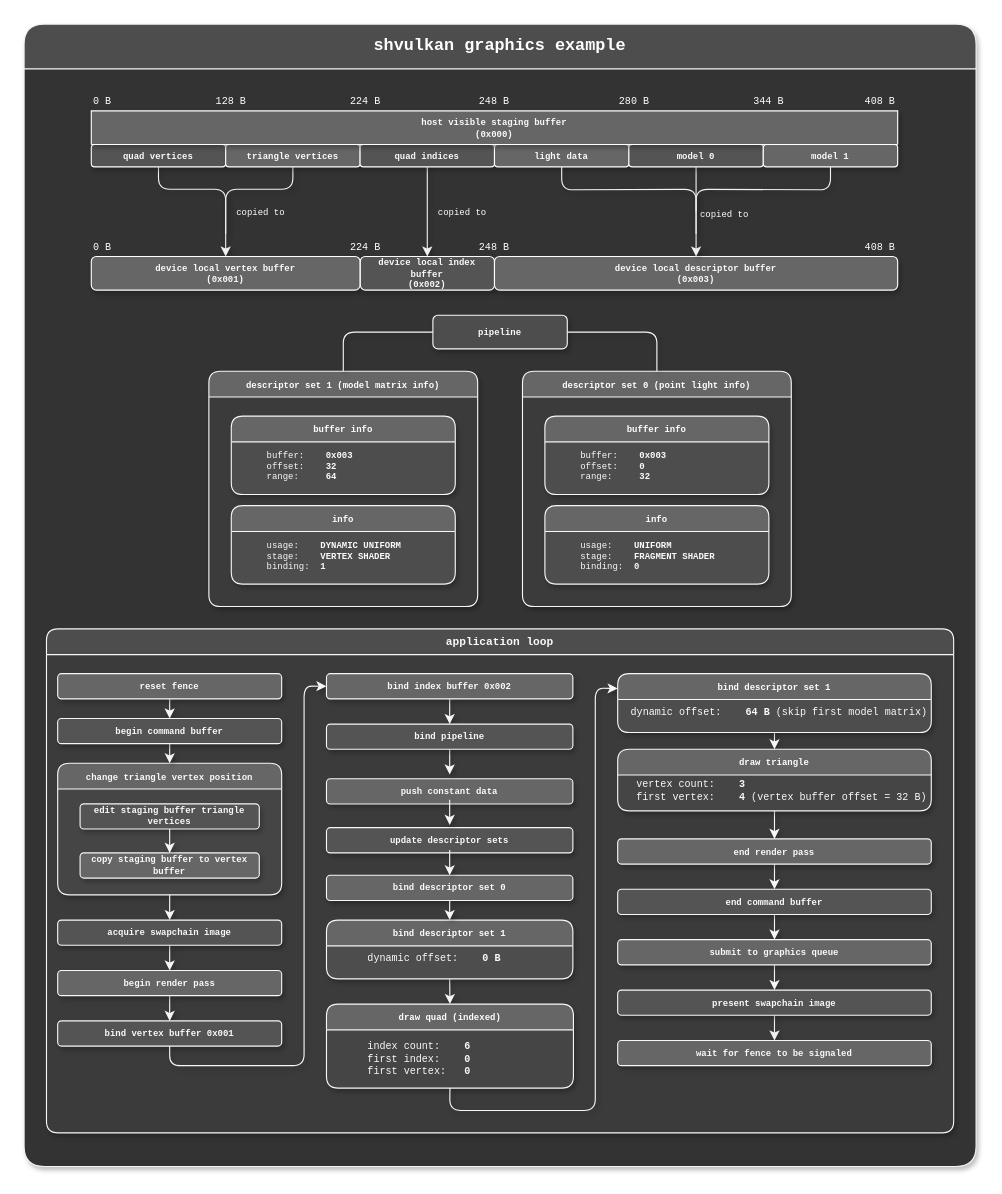
The draw.io diagram examples/diagrams/shvulkan graphics.drawio in MrSinho/shvulkan, before the edit. Source tidied: cells renumbered, new cells numbered last; positions are measured from the earlier drawing's top-left corner, leaving out a move shared by most shapes. Both pictures are drawn from the tidied source at 112%, with x=0, y=0 at pixel (24, 24).
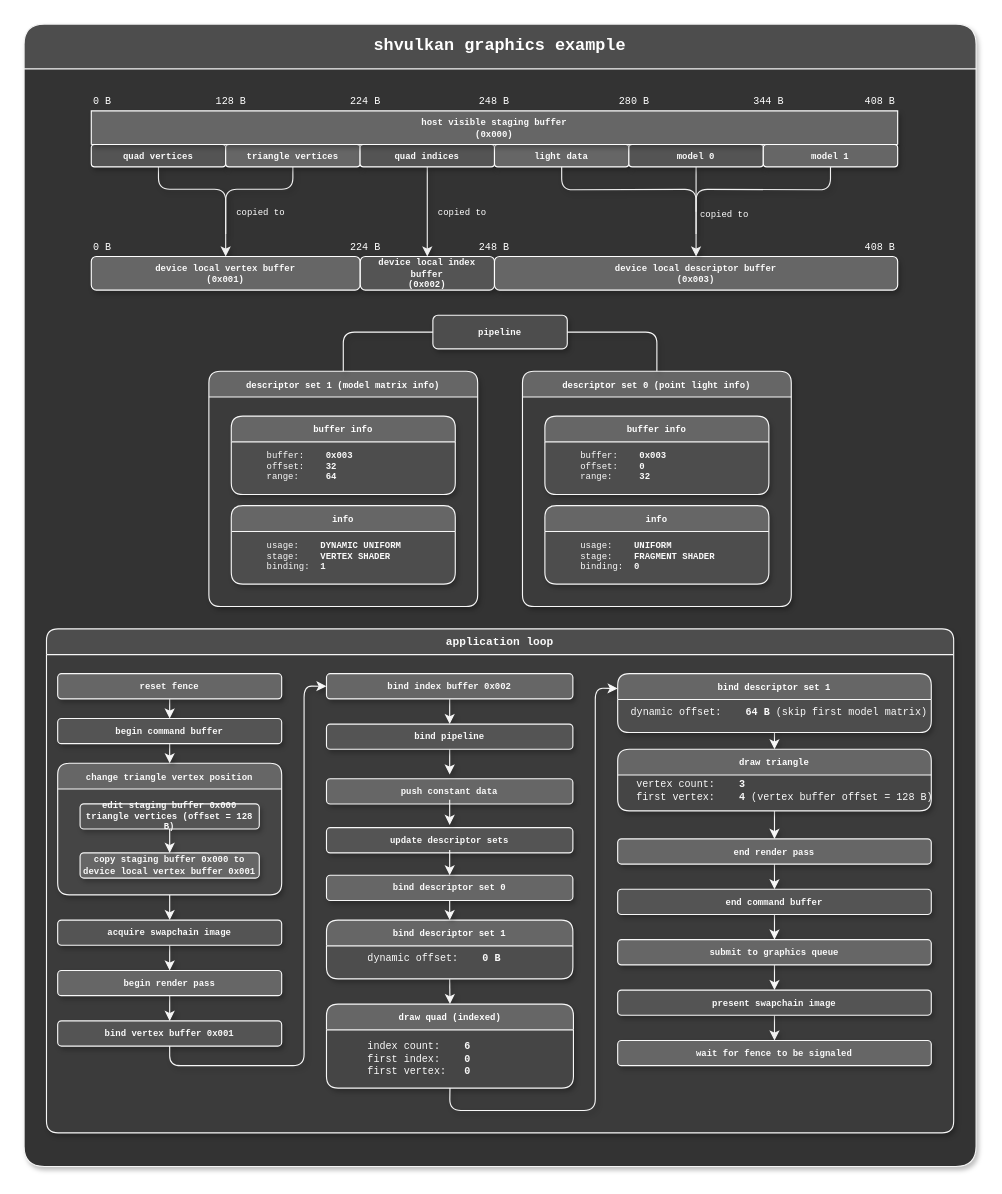
The same page after the edit.

Change to the diagram source:
```diff
@@
-    <mxCell id="88" value="edit staging buffer triangle vertices" style="whiteSpace=wrap;html=1;align=center;fontFamily=consolas;fontSize=8;fontStyle=1;fillColor=#545454;fontColor=#FAFAFA;strokeColor=#F7F7F7;rounded=1;shadow=1;labelBackgroundColor=none;" parent="1" vertex="1">
+    <mxCell id="88" value="edit staging buffer 0x000 triangle vertices (offset = 128 B)" style="whiteSpace=wrap;html=1;align=center;fontFamily=consolas;fontSize=8;fontStyle=1;fillColor=#545454;fontColor=#FAFAFA;strokeColor=#F7F7F7;rounded=1;shadow=1;labelBackgroundColor=none;" parent="1" vertex="1">
       <mxGeometry x="50" y="696.2" width="160" height="22.5" as="geometry" />
     </mxCell>
-    <mxCell id="89" value="copy staging buffer to vertex buffer" style="whiteSpace=wrap;html=1;align=center;fontFamily=consolas;fontSize=8;fontStyle=1;fillColor=#666666;fontColor=#FAFAFA;strokeColor=#F7F7F7;rounded=1;shadow=1;labelBackgroundColor=none;" parent="1" vertex="1">
+    <mxCell id="89" value="copy staging buffer 0x000 to device local vertex buffer 0x001" style="whiteSpace=wrap;html=1;align=center;fontFamily=consolas;fontSize=8;fontStyle=1;fillColor=#666666;fontColor=#FAFAFA;strokeColor=#F7F7F7;rounded=1;shadow=1;labelBackgroundColor=none;" parent="1" vertex="1">
       <mxGeometry x="50" y="740" width="160" height="22.5" as="geometry" />
     </mxCell>
@@
-    <mxCell id="91" value="vertex count:&amp;nbsp; &amp;nbsp; &lt;b&gt;3&lt;br&gt;&lt;/b&gt;first vertex:&amp;nbsp; &amp;nbsp; &lt;b&gt;4 &lt;/b&gt;(vertex buffer offset = 32 B)" style="text;html=1;align=left;verticalAlign=middle;strokeColor=none;fillColor=none;fontSize=9;fontFamily=consolas;fontColor=#FAFAFA;swimlaneFillColor=none;rounded=1;shadow=1;labelBackgroundColor=none;" parent="1" vertex="1">
-      <mxGeometry x="545" y="665" width="260" height="40" as="geometry" />
+    <mxCell id="91" value="vertex count:&amp;nbsp; &amp;nbsp; &lt;b&gt;3&amp;nbsp;&lt;br&gt;&lt;/b&gt;first vertex:&amp;nbsp; &amp;nbsp; &lt;b&gt;4 &lt;/b&gt;(vertex buffer offset = 128 B)" style="text;html=1;align=left;verticalAlign=middle;strokeColor=none;fillColor=none;fontSize=9;fontFamily=consolas;fontColor=#FAFAFA;swimlaneFillColor=none;rounded=1;shadow=1;labelBackgroundColor=none;" parent="1" vertex="1">
+      <mxGeometry x="545" y="665" width="270" height="40" as="geometry" />
     </mxCell>
```
